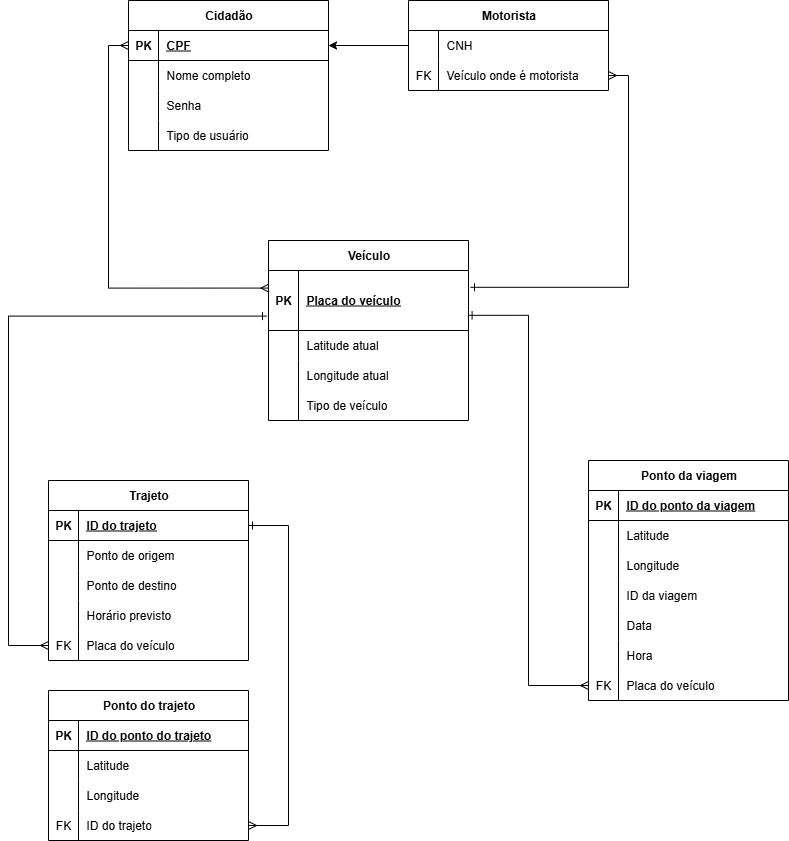
The draw.io diagram doc/OneBus - DER.png in Yurumee/onebus-iot, before a commit. Source tidied: cells renumbered, new cells last; positions are measured from the earlier drawing's top-left corner, leaving out a move shared by most shapes.
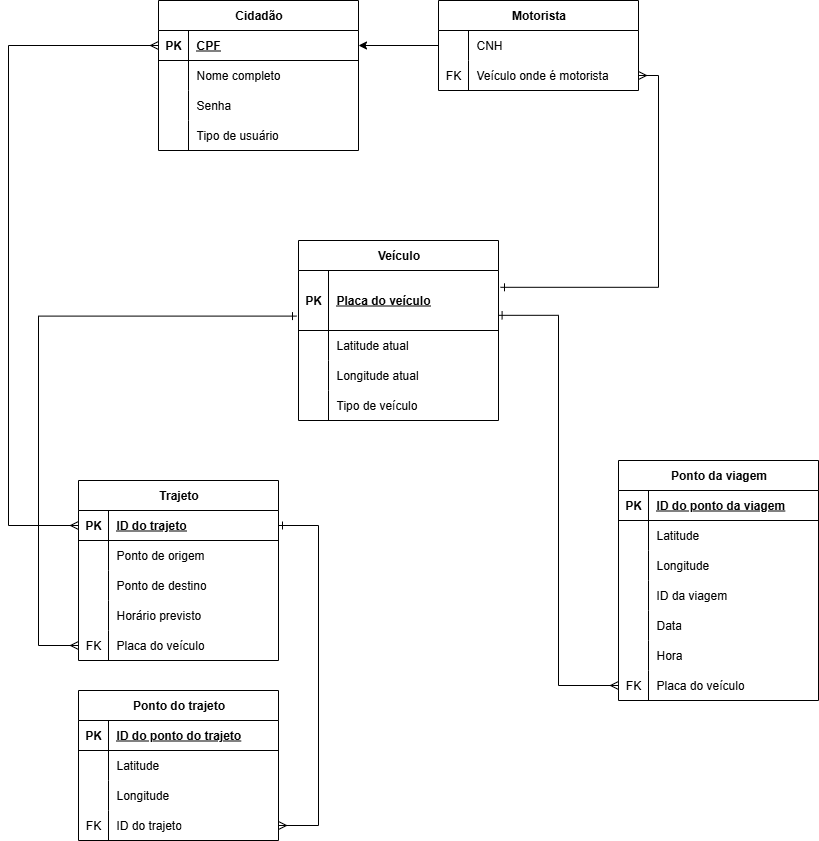
Above is the later version.

Commit message:
refactor: correção do DER

Change to the diagram source:
```diff
@@ -257,9 +257,6 @@
     <mxCell id="86" value="ID do trajeto" style="shape=partialRectangle;fillColor=none;top=0;left=0;bottom=0;right=0;align=left;spacingLeft=6;overflow=hidden;whiteSpace=wrap;html=1;" parent="84" vertex="1">
       <mxGeometry x="30" width="170" height="30" as="geometry" />
     </mxCell>
-    <mxCell id="87" style="edgeStyle=orthogonalEdgeStyle;rounded=0;jettySize=auto;html=1;exitX=0;exitY=0.5;exitDx=0;exitDy=0;entryX=0.002;entryY=0.293;entryDx=0;entryDy=0;entryPerimeter=0;endArrow=ERmany;endFill=0;startArrow=ERmany;startFill=0;" parent="1" edge="1" source="3" target="24">
-      <mxGeometry relative="1" as="geometry" />
-    </mxCell>
     <mxCell id="88" style="edgeStyle=orthogonalEdgeStyle;rounded=0;jettySize=auto;html=1;exitX=1;exitY=0.5;exitDx=0;exitDy=0;entryX=1;entryY=0.5;entryDx=0;entryDy=0;endArrow=ERone;endFill=0;startArrow=ERmany;startFill=0;" parent="1" edge="1" source="84" target="37">
       <mxGeometry relative="1" as="geometry">
         <Array as="points">
@@ -282,5 +279,13 @@
     <mxCell id="91" style="edgeStyle=orthogonalEdgeStyle;rounded=0;jettySize=auto;html=1;exitX=0;exitY=0.5;exitDx=0;exitDy=0;entryX=0.998;entryY=0.747;entryDx=0;entryDy=0;entryPerimeter=0;endArrow=ERone;endFill=0;startArrow=ERmany;startFill=0;" parent="1" edge="1" source="71" target="24">
       <mxGeometry relative="1" as="geometry" />
     </mxCell>
+    <mxCell id="92" style="edgeStyle=orthogonalEdgeStyle;rounded=0;jettySize=auto;html=1;exitX=0;exitY=0.5;exitDx=0;exitDy=0;entryX=0;entryY=0.5;entryDx=0;entryDy=0;endArrow=ERmany;endFill=0;startArrow=ERmany;startFill=0;" parent="1" edge="1" source="3" target="37">
+      <mxGeometry relative="1" as="geometry">
+        <Array as="points">
+          <mxPoint x="-30" y="45" />
+          <mxPoint x="-30" y="525" />
+        </Array>
+      </mxGeometry>
+    </mxCell>
   </root>
 </mxGraphModel>
```
